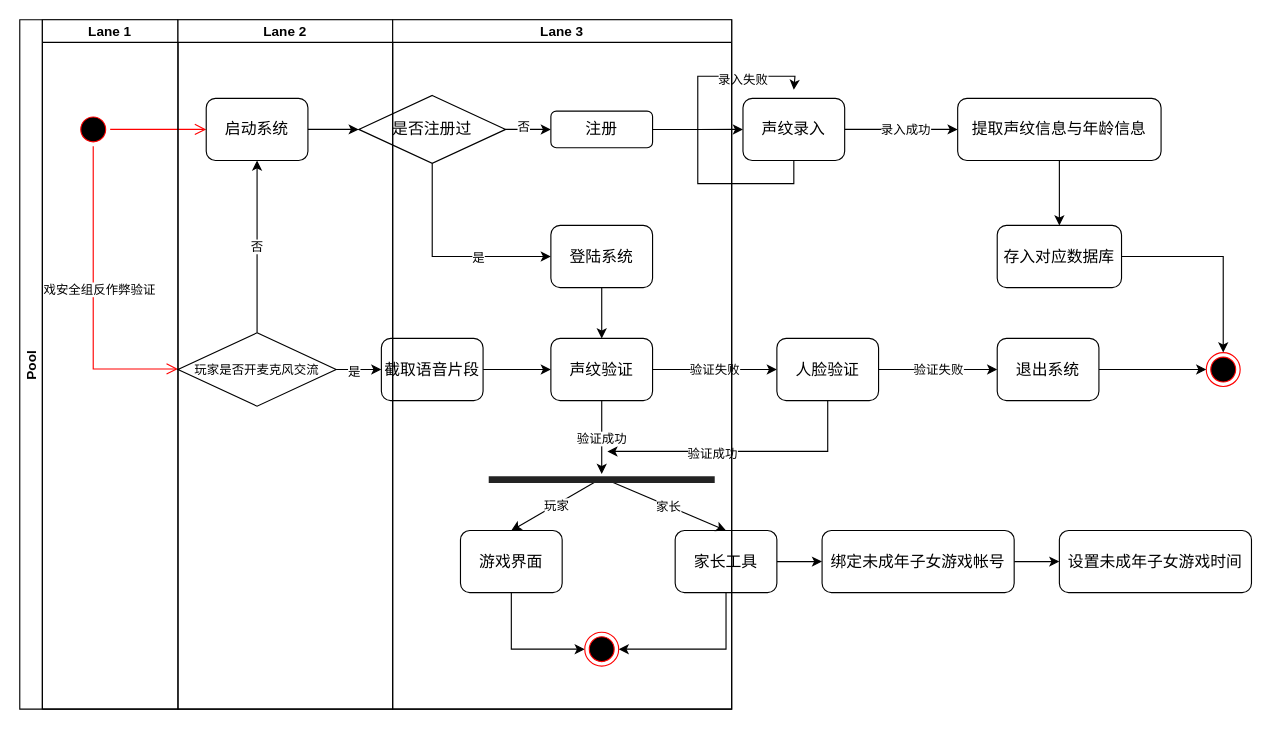
Earlier version of the draw.io diagram 功能模块活动关系图.drawio (Chuhan1112/Chuhan1112.github.io). Source tidied: cells renumbered, new cells numbered last; positions are measured from the earlier drawing's top-left corner, leaving out a move shared by most shapes. Both pictures are drawn from the tidied source at 113%, with x=0, y=0 at pixel (19, 19).
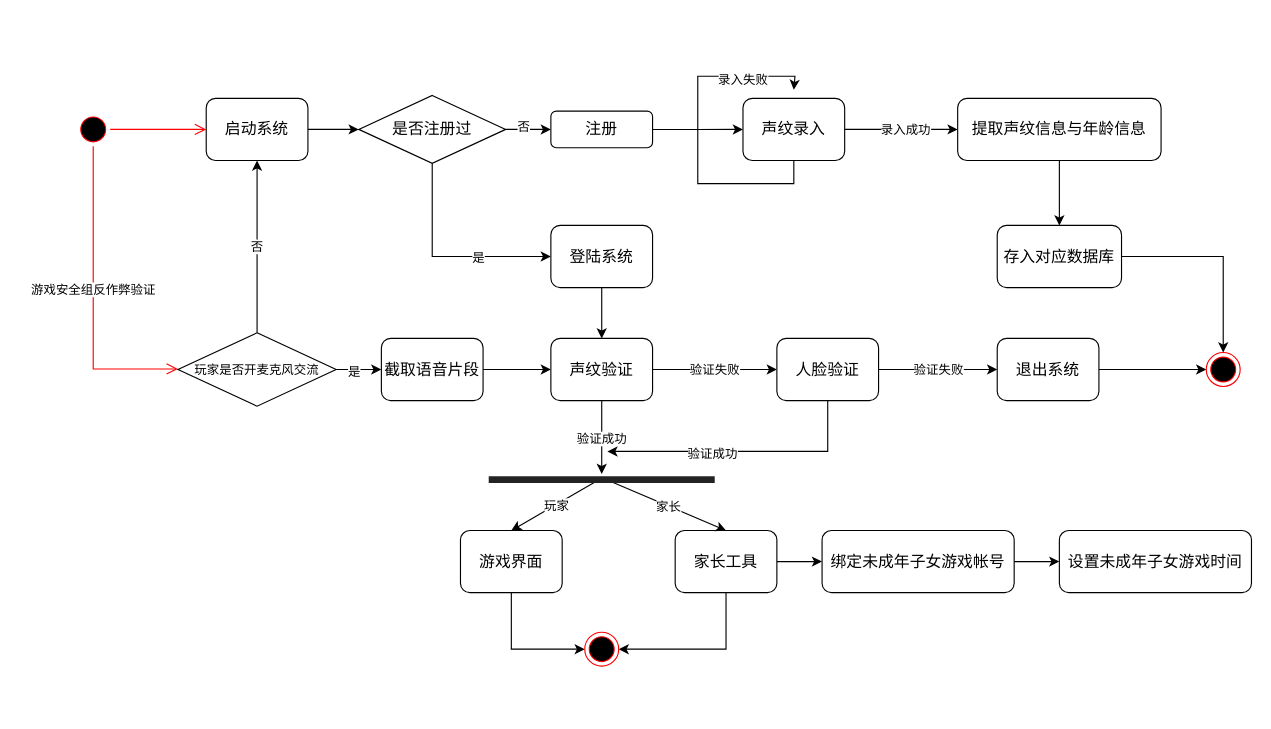
Above is the later version.

Commit message:
更新功能模块活动关系图.drawio

What changed in the source:
```diff
@@
-    <mxCell id="57" value="Pool" style="swimlane;startSize=20;horizontal=0;" parent="1" vertex="1">
-      <mxGeometry width="630" height="610" as="geometry" />
-    </mxCell>
-    <mxCell id="58" value="Lane 1" style="swimlane;startSize=20;" parent="57" vertex="1">
-      <mxGeometry x="20" width="120" height="610" as="geometry" />
-    </mxCell>
-    <mxCell id="59" value="Lane 2" style="swimlane;startSize=20;" parent="57" vertex="1">
-      <mxGeometry x="140" width="190" height="610" as="geometry" />
-    </mxCell>
-    <mxCell id="60" value="Lane 3" style="swimlane;startSize=20;" parent="57" vertex="1">
-      <mxGeometry x="330" width="300" height="610" as="geometry" />
-    </mxCell>
```
